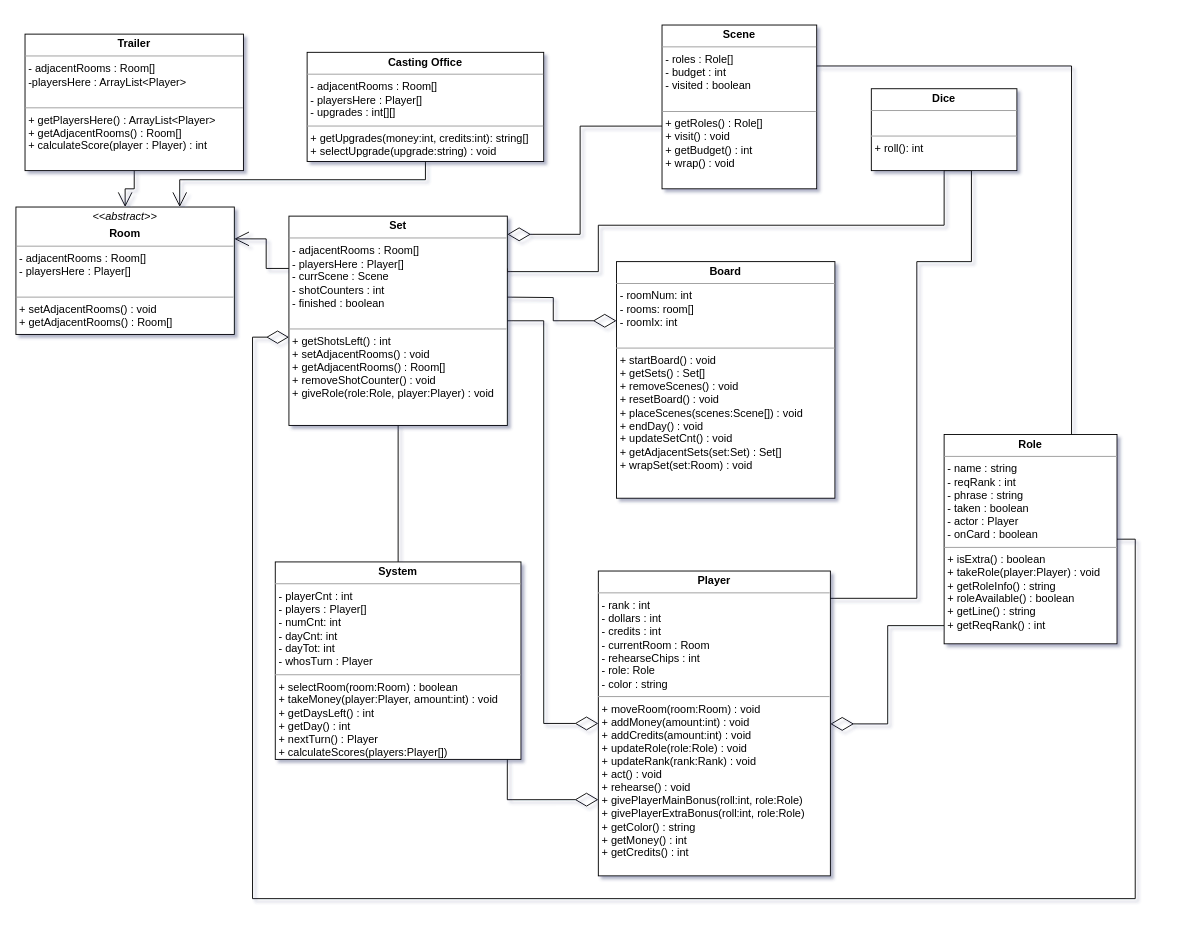
Before: classDiagram.drawio in greert2/Deadwood, a draw.io diagram. Source tidied: cells renumbered, new cells numbered last; positions are measured from the earlier drawing's top-left corner, leaving out a move shared by most shapes. Both pictures are drawn from the tidied source at 91%, with x=0, y=0 at pixel (15, 25).
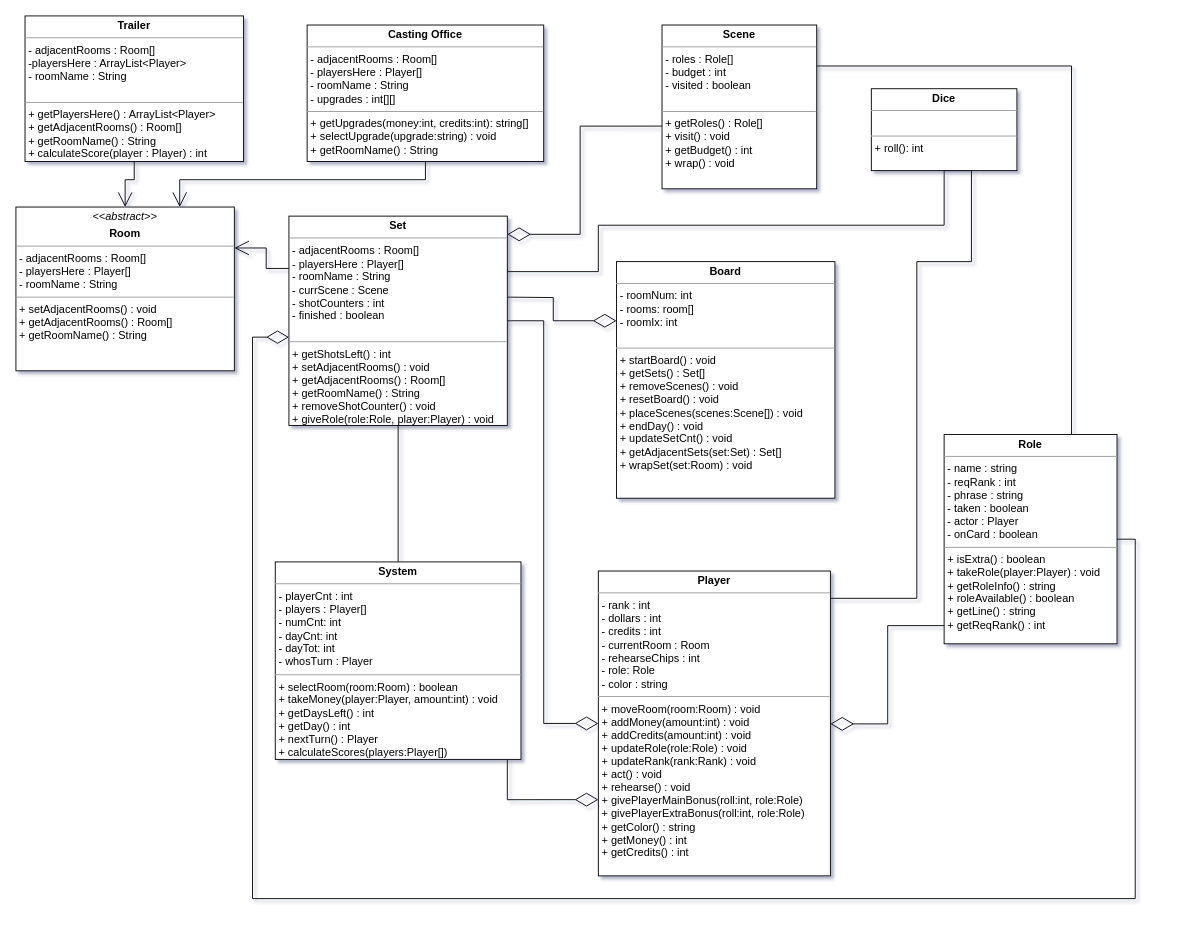
The same diagram, later.

Commit message (it also covers changes not shown here):
Added roomName in diagram and all classes that needed it

Diff of the diagram source:
```diff
@@
-    <mxCell id="15" value="&lt;p style=&quot;margin: 0px ; margin-top: 4px ; text-align: center&quot;&gt;&lt;b&gt;Set&lt;/b&gt;&lt;/p&gt;&lt;hr size=&quot;1&quot;&gt;&lt;p style=&quot;margin: 0px ; margin-left: 4px&quot;&gt;- adjacentRooms : Room[]&lt;/p&gt;&lt;p style=&quot;margin: 0px ; margin-left: 4px&quot;&gt;- playersHere : Player[]&lt;/p&gt;&lt;p style=&quot;margin: 0px ; margin-left: 4px&quot;&gt;- currScene : Scene&lt;/p&gt;&lt;p style=&quot;margin: 0px ; margin-left: 4px&quot;&gt;&lt;span&gt;- shotCounters : int&lt;/span&gt;&lt;br&gt;&lt;/p&gt;&lt;p style=&quot;margin: 0px ; margin-left: 4px&quot;&gt;- finished : boolean&lt;/p&gt;&lt;p style=&quot;margin: 0px ; margin-left: 4px&quot;&gt;&lt;br&gt;&lt;/p&gt;&lt;hr size=&quot;1&quot;&gt;&lt;p style=&quot;margin: 0px ; margin-left: 4px&quot;&gt;&lt;span&gt;+ getShotsLeft() : int&lt;/span&gt;&lt;br&gt;&lt;/p&gt;&lt;p style=&quot;margin: 0px ; margin-left: 4px&quot;&gt;+ setAdjacentRooms() : void&lt;/p&gt;&lt;p style=&quot;margin: 0px ; margin-left: 4px&quot;&gt;+ getAdjacentRooms() : Room[]&lt;/p&gt;&lt;p style=&quot;margin: 0px ; margin-left: 4px&quot;&gt;+ removeShotCounter() : void&lt;/p&gt;&lt;p style=&quot;margin: 0px ; margin-left: 4px&quot;&gt;+ giveRole(role:Role, player:Player) : void&lt;/p&gt;" style="verticalAlign=top;align=left;overflow=fill;fontSize=12;fontFamily=Helvetica;html=1;" parent="1" vertex="1">
+    <mxCell id="15" value="&lt;p style=&quot;margin: 0px ; margin-top: 4px ; text-align: center&quot;&gt;&lt;b&gt;Set&lt;/b&gt;&lt;/p&gt;&lt;hr size=&quot;1&quot;&gt;&lt;p style=&quot;margin: 0px ; margin-left: 4px&quot;&gt;- adjacentRooms : Room[]&lt;/p&gt;&lt;p style=&quot;margin: 0px ; margin-left: 4px&quot;&gt;- playersHere : Player[]&lt;/p&gt;&lt;p style=&quot;margin: 0px ; margin-left: 4px&quot;&gt;- roomName : String&lt;/p&gt;&lt;p style=&quot;margin: 0px ; margin-left: 4px&quot;&gt;- currScene : Scene&lt;/p&gt;&lt;p style=&quot;margin: 0px ; margin-left: 4px&quot;&gt;&lt;span&gt;- shotCounters : int&lt;/span&gt;&lt;br&gt;&lt;/p&gt;&lt;p style=&quot;margin: 0px ; margin-left: 4px&quot;&gt;- finished : boolean&lt;/p&gt;&lt;p style=&quot;margin: 0px ; margin-left: 4px&quot;&gt;&lt;br&gt;&lt;/p&gt;&lt;hr size=&quot;1&quot;&gt;&lt;p style=&quot;margin: 0px ; margin-left: 4px&quot;&gt;&lt;span&gt;+ getShotsLeft() : int&lt;/span&gt;&lt;br&gt;&lt;/p&gt;&lt;p style=&quot;margin: 0px ; margin-left: 4px&quot;&gt;+ setAdjacentRooms() : void&lt;/p&gt;&lt;p style=&quot;margin: 0px ; margin-left: 4px&quot;&gt;+ getAdjacentRooms() : Room[]&lt;/p&gt;&lt;p style=&quot;margin: 0px ; margin-left: 4px&quot;&gt;+ getRoomName() : String&lt;/p&gt;&lt;p style=&quot;margin: 0px ; margin-left: 4px&quot;&gt;+ removeShotCounter() : void&lt;/p&gt;&lt;p style=&quot;margin: 0px ; margin-left: 4px&quot;&gt;+ giveRole(role:Role, player:Player) : void&lt;/p&gt;" style="verticalAlign=top;align=left;overflow=fill;fontSize=12;fontFamily=Helvetica;html=1;" parent="1" vertex="1">
       <mxGeometry x="300" y="210" width="240" height="230" as="geometry" />
     </mxCell>
@@
-    <mxCell id="17" value="&lt;p style=&quot;margin: 0px ; margin-top: 4px ; text-align: center&quot;&gt;&lt;b&gt;Casting Office&lt;/b&gt;&lt;/p&gt;&lt;hr size=&quot;1&quot;&gt;&lt;p style=&quot;margin: 0px ; margin-left: 4px&quot;&gt;&lt;span&gt;- adjacentRooms : Room[]&lt;/span&gt;&lt;br&gt;&lt;/p&gt;&lt;p style=&quot;margin: 0px ; margin-left: 4px&quot;&gt;- playersHere : Player[]&lt;/p&gt;&lt;p style=&quot;margin: 0px ; margin-left: 4px&quot;&gt;- upgrades : int[][]&lt;/p&gt;&lt;hr size=&quot;1&quot;&gt;&lt;p style=&quot;margin: 0px ; margin-left: 4px&quot;&gt;+ getUpgrades(money:int, credits:int): string[]&lt;/p&gt;&lt;p style=&quot;margin: 0px ; margin-left: 4px&quot;&gt;+ selectUpgrade(upgrade:string) : void&lt;/p&gt;" style="verticalAlign=top;align=left;overflow=fill;fontSize=12;fontFamily=Helvetica;html=1;" parent="1" vertex="1">
-      <mxGeometry x="320" y="30" width="260" height="120" as="geometry" />
+    <mxCell id="17" value="&lt;p style=&quot;margin: 0px ; margin-top: 4px ; text-align: center&quot;&gt;&lt;b&gt;Casting Office&lt;/b&gt;&lt;/p&gt;&lt;hr size=&quot;1&quot;&gt;&lt;p style=&quot;margin: 0px ; margin-left: 4px&quot;&gt;&lt;span&gt;- adjacentRooms : Room[]&lt;/span&gt;&lt;br&gt;&lt;/p&gt;&lt;p style=&quot;margin: 0px ; margin-left: 4px&quot;&gt;- playersHere : Player[]&lt;/p&gt;&lt;p style=&quot;margin: 0px ; margin-left: 4px&quot;&gt;- roomName : String&lt;/p&gt;&lt;p style=&quot;margin: 0px ; margin-left: 4px&quot;&gt;- upgrades : int[][]&lt;/p&gt;&lt;hr size=&quot;1&quot;&gt;&lt;p style=&quot;margin: 0px ; margin-left: 4px&quot;&gt;+ getUpgrades(money:int, credits:int): string[]&lt;/p&gt;&lt;p style=&quot;margin: 0px ; margin-left: 4px&quot;&gt;+ selectUpgrade(upgrade:string) : void&lt;/p&gt;&lt;p style=&quot;margin: 0px ; margin-left: 4px&quot;&gt;+ getRoomName() : String&lt;/p&gt;" style="verticalAlign=top;align=left;overflow=fill;fontSize=12;fontFamily=Helvetica;html=1;" parent="1" vertex="1">
+      <mxGeometry x="320" width="260" height="150" as="geometry" />
     </mxCell>
@@
-    <mxCell id="22" value="&lt;p style=&quot;margin: 0px ; margin-top: 4px ; text-align: center&quot;&gt;&lt;i&gt;&amp;lt;&amp;lt;abstract&amp;gt;&amp;gt;&lt;/i&gt;&lt;/p&gt;&lt;p style=&quot;margin: 0px ; margin-top: 4px ; text-align: center&quot;&gt;&lt;b&gt;Room&lt;/b&gt;&lt;/p&gt;&lt;hr size=&quot;1&quot;&gt;&lt;p style=&quot;margin: 0px ; margin-left: 4px&quot;&gt;&lt;span&gt;- adjacentRooms : Room[]&lt;/span&gt;&lt;br&gt;&lt;/p&gt;&lt;p style=&quot;margin: 0px ; margin-left: 4px&quot;&gt;- playersHere : Player[]&lt;/p&gt;&lt;p style=&quot;margin: 0px ; margin-left: 4px&quot;&gt;&lt;br&gt;&lt;/p&gt;&lt;hr size=&quot;1&quot;&gt;&lt;p style=&quot;margin: 0px ; margin-left: 4px&quot;&gt;&lt;span&gt;+ setAdjacentRooms() : void&lt;/span&gt;&lt;br&gt;&lt;/p&gt;&lt;p style=&quot;margin: 0px ; margin-left: 4px&quot;&gt;+ getAdjacentRooms() : Room[]&lt;/p&gt;&lt;p style=&quot;margin: 0px ; margin-left: 4px&quot;&gt;&lt;br&gt;&lt;/p&gt;" style="verticalAlign=top;align=left;overflow=fill;fontSize=12;fontFamily=Helvetica;html=1;" parent="1" vertex="1">
-      <mxGeometry y="200" width="240" height="140" as="geometry" />
+    <mxCell id="22" value="&lt;p style=&quot;margin: 0px ; margin-top: 4px ; text-align: center&quot;&gt;&lt;i&gt;&amp;lt;&amp;lt;abstract&amp;gt;&amp;gt;&lt;/i&gt;&lt;/p&gt;&lt;p style=&quot;margin: 0px ; margin-top: 4px ; text-align: center&quot;&gt;&lt;b&gt;Room&lt;/b&gt;&lt;/p&gt;&lt;hr size=&quot;1&quot;&gt;&lt;p style=&quot;margin: 0px ; margin-left: 4px&quot;&gt;&lt;span&gt;- adjacentRooms : Room[]&lt;/span&gt;&lt;br&gt;&lt;/p&gt;&lt;p style=&quot;margin: 0px ; margin-left: 4px&quot;&gt;- playersHere : Player[]&lt;/p&gt;&lt;p style=&quot;margin: 0px ; margin-left: 4px&quot;&gt;- roomName : String&lt;/p&gt;&lt;hr size=&quot;1&quot;&gt;&lt;p style=&quot;margin: 0px ; margin-left: 4px&quot;&gt;&lt;span&gt;+ setAdjacentRooms() : void&lt;/span&gt;&lt;br&gt;&lt;/p&gt;&lt;p style=&quot;margin: 0px ; margin-left: 4px&quot;&gt;+ getAdjacentRooms() : Room[]&lt;/p&gt;&lt;p style=&quot;margin: 0px ; margin-left: 4px&quot;&gt;+ getRoomName() : String&lt;/p&gt;&lt;p style=&quot;margin: 0px ; margin-left: 4px&quot;&gt;&lt;br&gt;&lt;/p&gt;" style="verticalAlign=top;align=left;overflow=fill;fontSize=12;fontFamily=Helvetica;html=1;" parent="1" vertex="1">
+      <mxGeometry y="200" width="240" height="180" as="geometry" />
     </mxCell>
@@
-    <mxCell id="24" value="&lt;p style=&quot;margin: 0px ; margin-top: 4px ; text-align: center&quot;&gt;&lt;b&gt;Trailer&lt;/b&gt;&lt;/p&gt;&lt;hr size=&quot;1&quot;&gt;&lt;p style=&quot;margin: 0px ; margin-left: 4px&quot;&gt;&lt;span&gt;- adjacentRooms : Room[]&lt;/span&gt;&lt;br&gt;&lt;/p&gt;&lt;p style=&quot;margin: 0px ; margin-left: 4px&quot;&gt;-playersHere : ArrayList&amp;lt;Player&amp;gt;&lt;/p&gt;&lt;p style=&quot;margin: 0px ; margin-left: 4px&quot;&gt;&lt;br&gt;&lt;/p&gt;&lt;hr size=&quot;1&quot;&gt;&lt;p style=&quot;margin: 0px ; margin-left: 4px&quot;&gt;&lt;span&gt;+ getPlayersHere() : ArrayList&amp;lt;Player&amp;gt;&lt;/span&gt;&lt;/p&gt;&lt;p style=&quot;margin: 0px ; margin-left: 4px&quot;&gt;+ getAdjacentRooms() : Room[]&lt;/p&gt;&lt;p style=&quot;margin: 0px ; margin-left: 4px&quot;&gt;+ calculateScore(player : Player) : int&lt;/p&gt;" style="verticalAlign=top;align=left;overflow=fill;fontSize=12;fontFamily=Helvetica;html=1;" parent="1" vertex="1">
-      <mxGeometry x="10" y="10" width="240" height="150" as="geometry" />
+    <mxCell id="24" value="&lt;p style=&quot;margin: 0px ; margin-top: 4px ; text-align: center&quot;&gt;&lt;b&gt;Trailer&lt;/b&gt;&lt;/p&gt;&lt;hr size=&quot;1&quot;&gt;&lt;p style=&quot;margin: 0px ; margin-left: 4px&quot;&gt;&lt;span&gt;- adjacentRooms : Room[]&lt;/span&gt;&lt;br&gt;&lt;/p&gt;&lt;p style=&quot;margin: 0px ; margin-left: 4px&quot;&gt;-playersHere : ArrayList&amp;lt;Player&amp;gt;&lt;/p&gt;&lt;p style=&quot;margin: 0px ; margin-left: 4px&quot;&gt;- roomName : String&lt;/p&gt;&lt;p style=&quot;margin: 0px ; margin-left: 4px&quot;&gt;&lt;br&gt;&lt;/p&gt;&lt;hr size=&quot;1&quot;&gt;&lt;p style=&quot;margin: 0px ; margin-left: 4px&quot;&gt;&lt;span&gt;+ getPlayersHere() : ArrayList&amp;lt;Player&amp;gt;&lt;/span&gt;&lt;/p&gt;&lt;p style=&quot;margin: 0px ; margin-left: 4px&quot;&gt;+ getAdjacentRooms() : Room[]&lt;/p&gt;&lt;p style=&quot;margin: 0px ; margin-left: 4px&quot;&gt;+ getRoomName() : String&lt;/p&gt;&lt;p style=&quot;margin: 0px ; margin-left: 4px&quot;&gt;+ calculateScore(player : Player) : int&lt;/p&gt;" style="verticalAlign=top;align=left;overflow=fill;fontSize=12;fontFamily=Helvetica;html=1;" parent="1" vertex="1">
+      <mxGeometry x="10" y="-10" width="240" height="160" as="geometry" />
     </mxCell>
```
